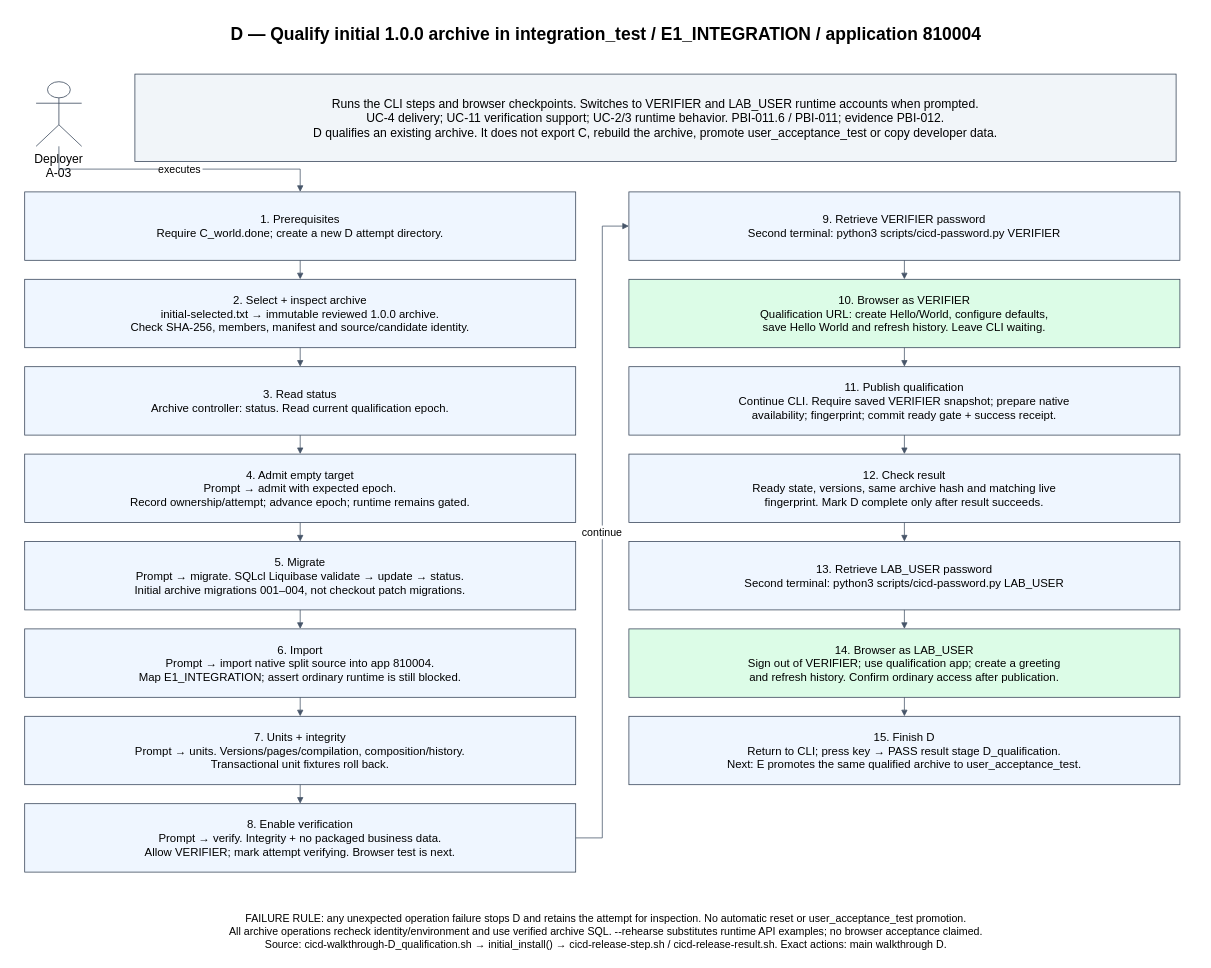
The draw.io diagram page "D integration_test" (3 of 3) of progress/E.1/model.drawio in rstyczynski/APEX_CICD, before the edit. Source tidied: cells renumbered, new cells numbered last; positions are measured from the earlier drawing's top-left corner, leaving out a move shared by most shapes. Both pictures are drawn from the tidied source at 76%, with x=0, y=0 at pixel (13, 13).
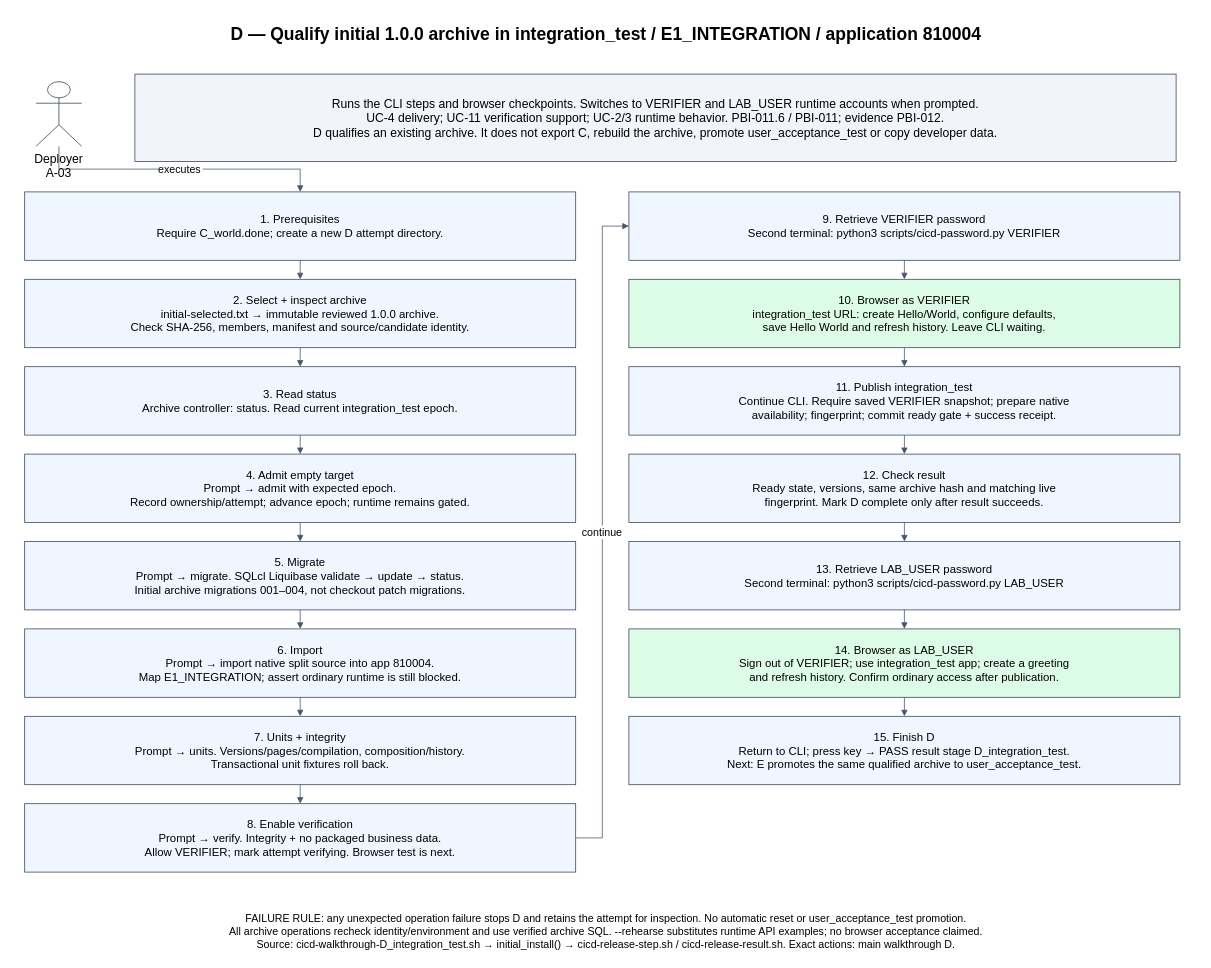
After the change.

The edit, as a diff of the source:
```diff
@@
-    <mxCell id="8" value="3. Read status&#10;Archive controller: status. Read current qualification epoch." style="rounded=0;whiteSpace=wrap;html=0;fontFamily=Helvetica;fontSize=16;strokeColor=#334155;fillColor=#ffffff;fillColor=#eff6ff;fontSize=15;" parent="1" vertex="1">
+    <mxCell id="8" value="3. Read status&#10;Archive controller: status. Read current integration_test epoch." style="rounded=0;whiteSpace=wrap;html=0;fontFamily=Helvetica;fontSize=16;strokeColor=#334155;fillColor=#ffffff;fillColor=#eff6ff;fontSize=15;" parent="1" vertex="1">
       <mxGeometry x="15" y="465" width="725" height="90" as="geometry" />
     </mxCell>
@@
-    <mxCell id="21" value="10. Browser as VERIFIER&#10;Qualification URL: create Hello/World, configure defaults,&#10;save Hello World and refresh history. Leave CLI waiting." style="rounded=0;whiteSpace=wrap;html=0;fontFamily=Helvetica;fontSize=16;strokeColor=#334155;fillColor=#ffffff;fillColor=#dcfce7;fontSize=15;" parent="1" vertex="1">
+    <mxCell id="21" value="10. Browser as VERIFIER&#10;integration_test URL: create Hello/World, configure defaults,&#10;save Hello World and refresh history. Leave CLI waiting." style="rounded=0;whiteSpace=wrap;html=0;fontFamily=Helvetica;fontSize=16;strokeColor=#334155;fillColor=#ffffff;fillColor=#dcfce7;fontSize=15;" parent="1" vertex="1">
       <mxGeometry x="810" y="350" width="725" height="90" as="geometry" />
     </mxCell>
@@
-    <mxCell id="23" value="11. Publish qualification&#10;Continue CLI. Require saved VERIFIER snapshot; prepare native&#10;availability; fingerprint; commit ready gate + success receipt." style="rounded=0;whiteSpace=wrap;html=0;fontFamily=Helvetica;fontSize=16;strokeColor=#334155;fillColor=#ffffff;fillColor=#eff6ff;fontSize=15;" parent="1" vertex="1">
+    <mxCell id="23" value="11. Publish integration_test&#10;Continue CLI. Require saved VERIFIER snapshot; prepare native&#10;availability; fingerprint; commit ready gate + success receipt." style="rounded=0;whiteSpace=wrap;html=0;fontFamily=Helvetica;fontSize=16;strokeColor=#334155;fillColor=#ffffff;fillColor=#eff6ff;fontSize=15;" parent="1" vertex="1">
       <mxGeometry x="810" y="465" width="725" height="90" as="geometry" />
     </mxCell>
@@
-    <mxCell id="29" value="14. Browser as LAB_USER&#10;Sign out of VERIFIER; use qualification app; create a greeting&#10;and refresh history. Confirm ordinary access after publication." style="rounded=0;whiteSpace=wrap;html=0;fontFamily=Helvetica;fontSize=16;strokeColor=#334155;fillColor=#ffffff;fillColor=#dcfce7;fontSize=15;" parent="1" vertex="1">
+    <mxCell id="29" value="14. Browser as LAB_USER&#10;Sign out of VERIFIER; use integration_test app; create a greeting&#10;and refresh history. Confirm ordinary access after publication." style="rounded=0;whiteSpace=wrap;html=0;fontFamily=Helvetica;fontSize=16;strokeColor=#334155;fillColor=#ffffff;fillColor=#dcfce7;fontSize=15;" parent="1" vertex="1">
       <mxGeometry x="810" y="810" width="725" height="90" as="geometry" />
     </mxCell>
@@
-    <mxCell id="31" value="15. Finish D&#10;Return to CLI; press key → PASS result stage D_qualification.&#10;Next: E promotes the same qualified archive to user_acceptance_test." style="rounded=0;whiteSpace=wrap;html=0;fontFamily=Helvetica;fontSize=16;strokeColor=#334155;fillColor=#ffffff;fillColor=#eff6ff;fontSize=15;" parent="1" vertex="1">
+    <mxCell id="31" value="15. Finish D&#10;Return to CLI; press key → PASS result stage D_integration_test.&#10;Next: E promotes the same qualified archive to user_acceptance_test." style="rounded=0;whiteSpace=wrap;html=0;fontFamily=Helvetica;fontSize=16;strokeColor=#334155;fillColor=#ffffff;fillColor=#eff6ff;fontSize=15;" parent="1" vertex="1">
       <mxGeometry x="810" y="925" width="725" height="90" as="geometry" />
     </mxCell>
@@
-    <mxCell id="35" value="FAILURE RULE: any unexpected operation failure stops D and retains the attempt for inspection. No automatic reset or user_acceptance_test promotion.&#10;All archive operations recheck identity/environment and use verified archive SQL. --rehearse substitutes runtime API examples; no browser acceptance claimed.&#10;Source: cicd-walkthrough-D_qualification.sh → initial_install() → cicd-release-step.sh / cicd-release-result.sh. Exact actions: main walkthrough D." style="rounded=0;whiteSpace=wrap;html=0;fontFamily=Helvetica;fontSize=16;strokeColor=#334155;fillColor=#ffffff;strokeColor=none;fontSize=14;" parent="1" vertex="1">
+    <mxCell id="35" value="FAILURE RULE: any unexpected operation failure stops D and retains the attempt for inspection. No automatic reset or user_acceptance_test promotion.&#10;All archive operations recheck identity/environment and use verified archive SQL. --rehearse substitutes runtime API examples; no browser acceptance claimed.&#10;Source: cicd-walkthrough-D_integration_test.sh → initial_install() → cicd-release-step.sh / cicd-release-result.sh. Exact actions: main walkthrough D." style="rounded=0;whiteSpace=wrap;html=0;fontFamily=Helvetica;fontSize=16;strokeColor=#334155;fillColor=#ffffff;strokeColor=none;fontSize=14;" parent="1" vertex="1">
       <mxGeometry x="5" y="1175" width="1550" height="65" as="geometry" />
     </mxCell>
```
